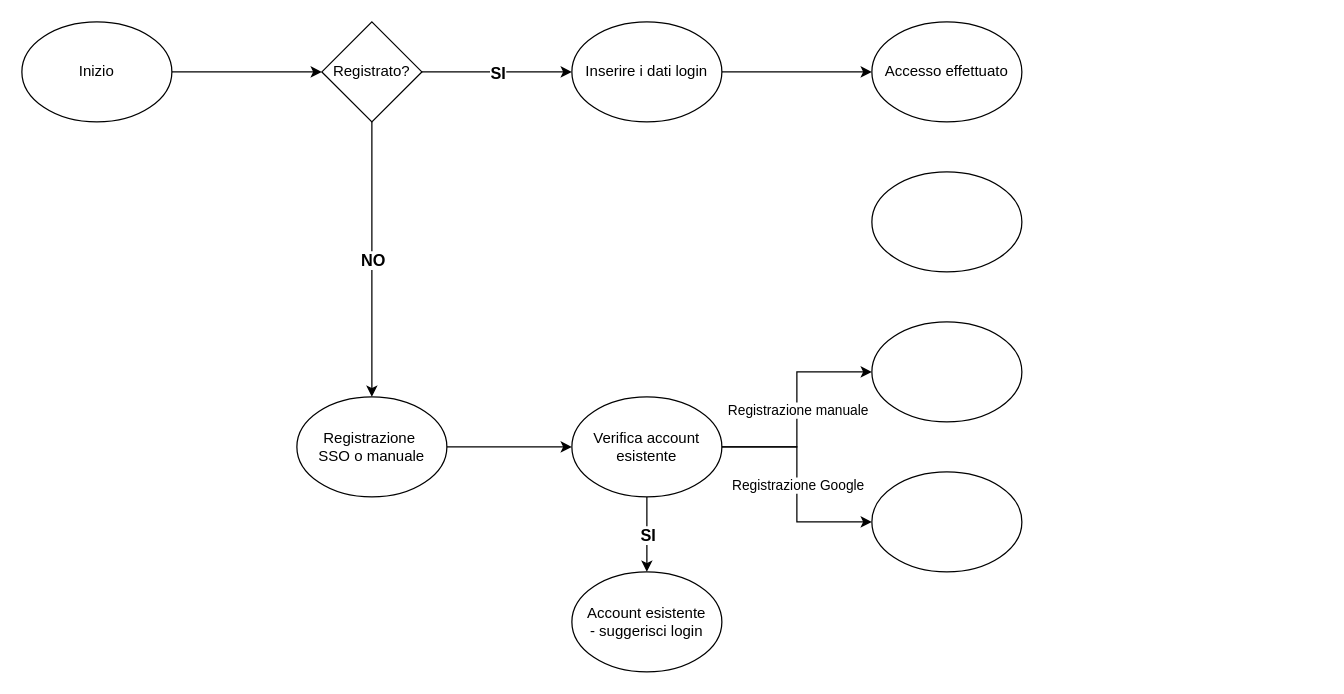
The draw.io diagram page "Registrazione" (1 of 2) of UserFlow.drawio in LucaBarbolini/Prova1, before the edit. Source tidied: cells renumbered, new cells numbered last; positions are measured from the earlier drawing's top-left corner, leaving out a move shared by most shapes. Both pictures are drawn from the tidied source at 125%, with x=0, y=0 at pixel (21, 21).
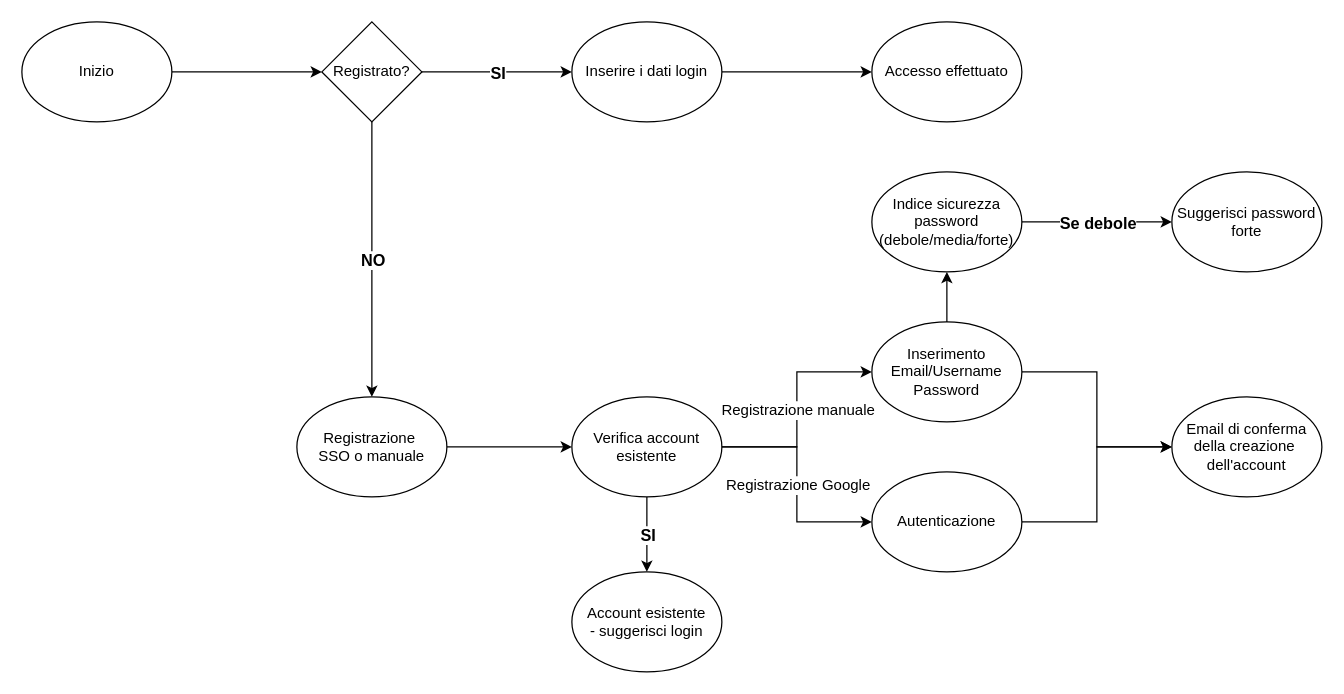
The same diagram, later.

The change refers to these unchanged cells:
```xml
<mxCell id="18" style="endArrow=classic;html=1;rounded=0;exitX=1;exitY=0.5;exitDx=0;exitDy=0;entryX=0;entryY=0.5;entryDx=0;entryDy=0;" parent="1" edge="1" source="12" target="11">
  <mxGeometry relative="1" as="geometry">
    <Array as="points">
      <mxPoint x="580" y="340" />
      <mxPoint x="620" y="340" />
      <mxPoint x="620" y="280" />
    </Array>
  </mxGeometry>
</mxCell>
<mxCell id="20" style="endArrow=classic;html=1;rounded=0;exitX=1;exitY=0.5;exitDx=0;exitDy=0;entryX=0;entryY=0.5;entryDx=0;entryDy=0;" parent="1" edge="1" source="12" target="13">
  <mxGeometry relative="1" as="geometry">
    <Array as="points">
      <mxPoint x="620" y="340" />
      <mxPoint x="620" y="400" />
    </Array>
  </mxGeometry>
</mxCell>
```

The edit, as a diff of the source:
```diff
@@
-    <mxCell id="10" style="ellipse;whiteSpace=wrap;html=1;" parent="1" vertex="1">
+    <mxCell id="10" value="Indice sicurezza&lt;div&gt;password&lt;/div&gt;&lt;div&gt;(debole/media/forte)&lt;/div&gt;" style="ellipse;whiteSpace=wrap;html=1;" parent="1" vertex="1">
       <mxGeometry x="680" y="120" width="120" height="80" as="geometry" />
     </mxCell>
+    <mxCell id="25" style="edgeStyle=orthogonalEdgeStyle;rounded=0;jettySize=auto;html=1;exitX=1;exitY=0.5;exitDx=0;exitDy=0;entryX=0;entryY=0.5;entryDx=0;entryDy=0;" parent="1" edge="1" source="11" target="31">
+      <mxGeometry relative="1" as="geometry" />
+    </mxCell>
-    <mxCell id="11" style="ellipse;whiteSpace=wrap;html=1;" parent="1" vertex="1">
+    <mxCell id="11" value="Inserimento&lt;div&gt;Email/Username&lt;/div&gt;&lt;div&gt;Password&lt;/div&gt;" style="ellipse;whiteSpace=wrap;html=1;" parent="1" vertex="1">
       <mxGeometry x="680" y="240" width="120" height="80" as="geometry" />
     </mxCell>
@@
+    <mxCell id="26" style="edgeStyle=orthogonalEdgeStyle;rounded=0;jettySize=auto;html=1;entryX=0;entryY=0.5;entryDx=0;entryDy=0;" parent="1" edge="1" source="13" target="31">
+      <mxGeometry relative="1" as="geometry" />
+    </mxCell>
-    <mxCell id="13" style="ellipse;whiteSpace=wrap;html=1;" parent="1" vertex="1">
+    <mxCell id="13" value="Autenticazione" style="ellipse;whiteSpace=wrap;html=1;" parent="1" vertex="1">
       <mxGeometry x="680" y="360" width="120" height="80" as="geometry" />
     </mxCell>
@@
-    <mxCell id="19" value="Registrazione manuale" style="edgeLabel;html=1;align=center;verticalAlign=middle;" parent="18" vertex="1">
+    <mxCell id="19" value="Registrazione manuale" style="edgeLabel;html=1;align=center;verticalAlign=middle;fontSize=12;" parent="18" vertex="1">
       <mxGeometry relative="1" as="geometry" />
     </mxCell>
@@
-    <mxCell id="21" value="Registrazione Google" style="edgeLabel;html=1;align=center;verticalAlign=middle;" parent="20" vertex="1">
+    <mxCell id="21" value="Registrazione Google" style="edgeLabel;html=1;align=center;verticalAlign=middle;fontSize=12;" parent="20" vertex="1">
       <mxGeometry relative="1" as="geometry" />
     </mxCell>
@@
+    <mxCell id="27" style="endArrow=classic;html=1;rounded=0;entryX=0.5;entryY=1;entryDx=0;entryDy=0;exitX=0.5;exitY=0;exitDx=0;exitDy=0;" parent="1" edge="1" source="11" target="10">
+      <mxGeometry relative="1" as="geometry" />
+    </mxCell>
+    <mxCell id="28" value="Suggerisci password&lt;div&gt;forte&lt;/div&gt;" style="ellipse;whiteSpace=wrap;html=1;" parent="1" vertex="1">
+      <mxGeometry x="920" y="120" width="120" height="80" as="geometry" />
+    </mxCell>
+    <mxCell id="29" style="endArrow=classic;html=1;rounded=0;exitX=1;exitY=0.5;exitDx=0;exitDy=0;" parent="1" edge="1" source="10" target="28">
+      <mxGeometry relative="1" as="geometry" />
+    </mxCell>
+    <mxCell id="30" value="Se debole" style="edgeLabel;html=1;align=center;verticalAlign=middle;fontStyle=1;fontSize=13;" parent="29" vertex="1">
+      <mxGeometry relative="1" as="geometry" />
+    </mxCell>
+    <mxCell id="31" value="Email di conferma&lt;div&gt;della creazione&amp;nbsp;&lt;/div&gt;&lt;div&gt;dell'account&lt;/div&gt;" style="ellipse;whiteSpace=wrap;html=1;" parent="1" vertex="1">
+      <mxGeometry x="920" y="300" width="120" height="80" as="geometry" />
+    </mxCell>
```
